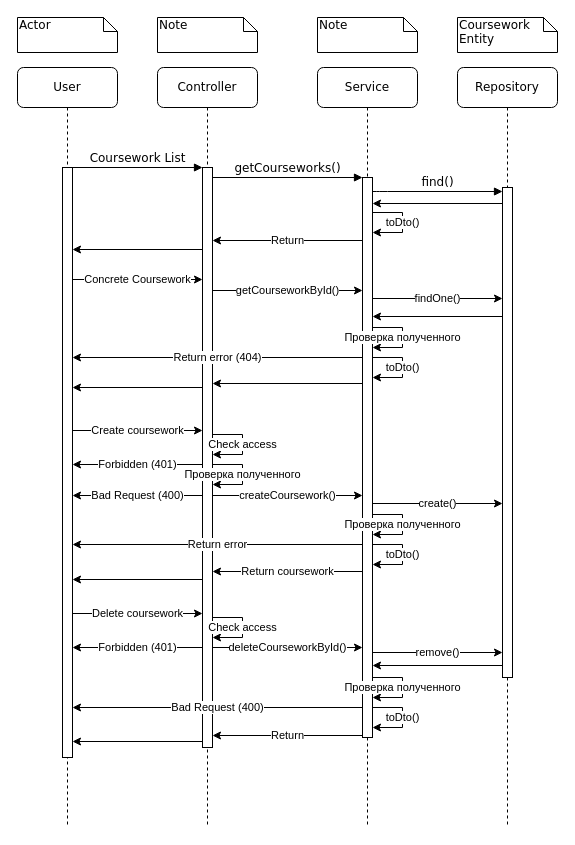
This is sequence coursework.drawio from StanEkso/kanban-projecting, a draw.io file, before an edit. Source tidied: cells renumbered, new cells numbered last; positions are measured from the earlier drawing's top-left corner, leaving out a move shared by most shapes. Both pictures are drawn from the tidied source at 100%, with x=0, y=0 at pixel (17, 17).
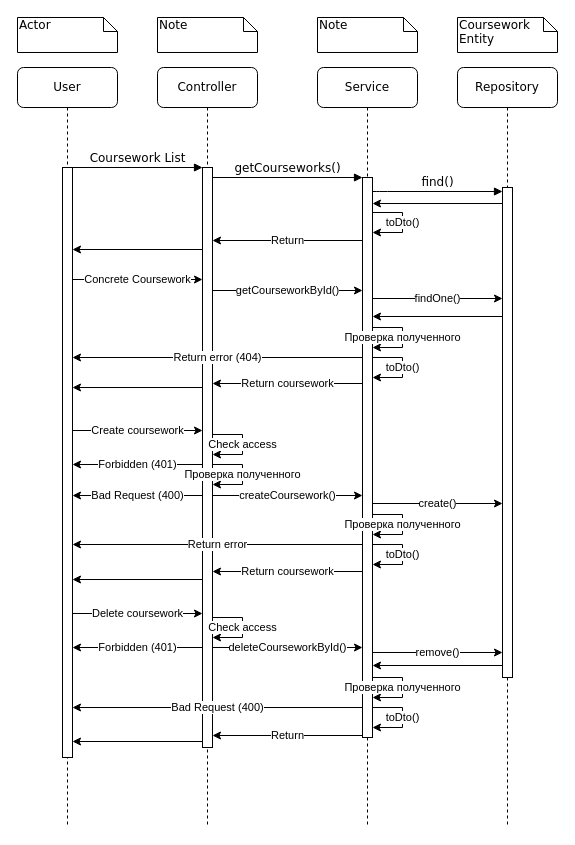
Above is the later version.

Commit message:
feat: sequence diagram for coursework

The edit, as a diff of the source:
```diff
@@
-    <mxCell id="36" style="endArrow=classic;html=1;rounded=0;" parent="1" edge="1">
+    <mxCell id="36" value="Return coursework" style="endArrow=classic;html=1;rounded=0;" parent="1" edge="1">
       <mxGeometry relative="1" as="geometry">
         <mxPoint x="345" y="366" as="sourcePoint" />
         <mxPoint x="195" y="366" as="targetPoint" />
       </mxGeometry>
     </mxCell>
```
